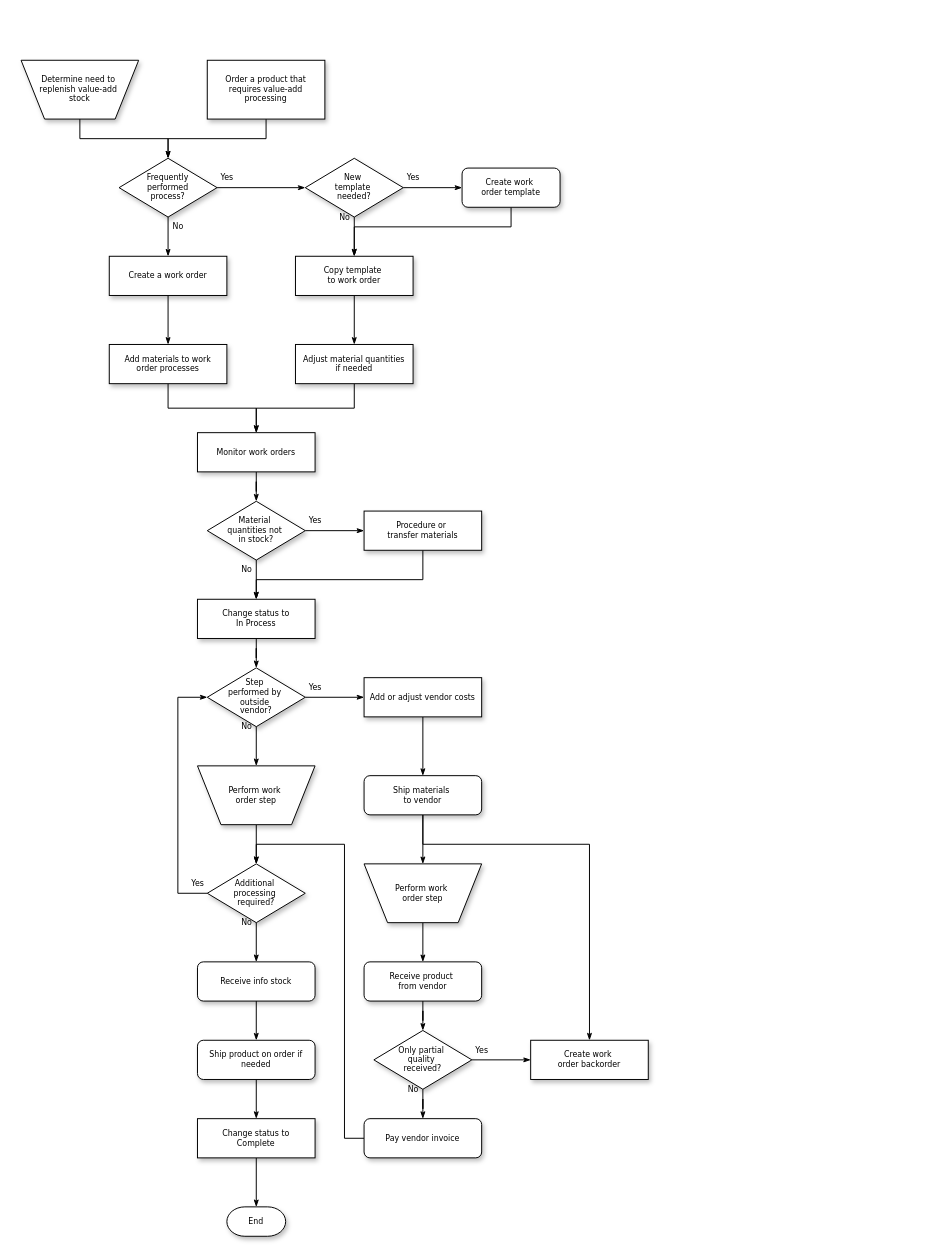
Before: Untitled Diagram.drawio in stambaughkarla/ASP.NET-Web-Dev-Competition, a draw.io diagram. Source tidied: cells renumbered, new cells numbered last; positions are measured from the earlier drawing's top-left corner, leaving out a move shared by most shapes. Both pictures are drawn from the tidied source at 98%, with x=0, y=0 at pixel (21, 60).
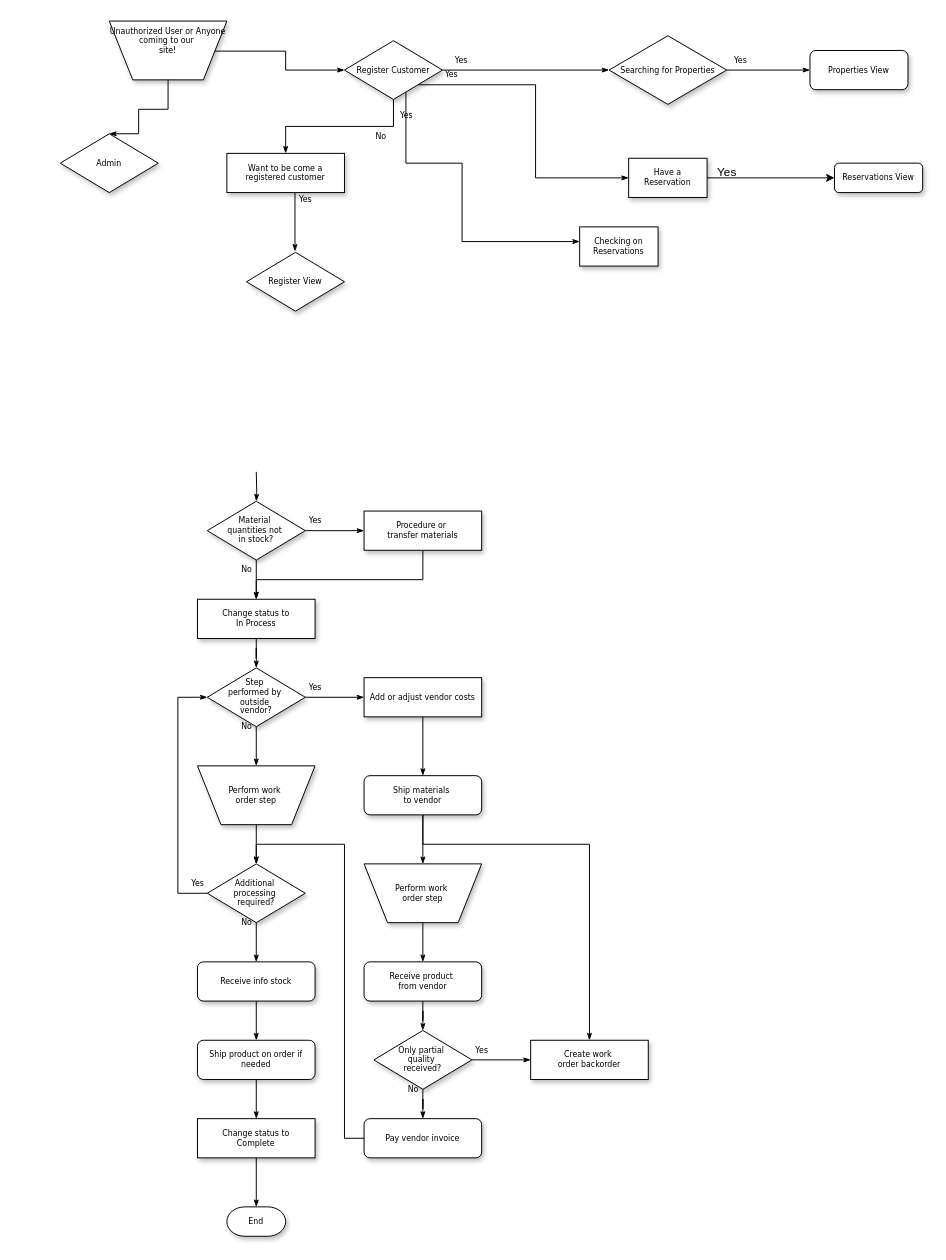
Above is the later version.

Unchanged cells that the change refers to:
```xml
<mxCell id="26" value="Material&amp;nbsp;&lt;div&gt;quantities not&amp;nbsp;&lt;/div&gt;&lt;div&gt;in stock?&lt;/div&gt;" style="rhombus;whiteSpace=wrap;html=1;rounded=0;shadow=1;labelBackgroundColor=none;strokeWidth=1;fontFamily=Verdana;fontSize=8;align=center;" parent="1" vertex="1">
  <mxGeometry x="190" y="450" width="100" height="60" as="geometry" />
</mxCell>
```

Change to the diagram source:
```diff
@@
-    <mxCell id="2" style="edgeStyle=orthogonalEdgeStyle;rounded=0;html=1;labelBackgroundColor=none;startSize=5;endArrow=classicThin;endFill=1;endSize=5;jettySize=auto;strokeWidth=1;fontFamily=Verdana;fontSize=8;" parent="1" edge="1" source="3" target="8">
-      <mxGeometry relative="1" as="geometry" />
+    <mxCell id="2" style="edgeStyle=orthogonalEdgeStyle;rounded=0;html=1;labelBackgroundColor=none;startSize=5;endArrow=classicThin;endFill=1;endSize=5;jettySize=auto;strokeWidth=1;fontFamily=Verdana;fontSize=8;exitX=0.889;exitY=0.489;exitDx=0;exitDy=0;exitPerimeter=0;" parent="1" edge="1" source="3" target="8">
+      <mxGeometry relative="1" as="geometry">
+        <Array as="points">
+          <mxPoint x="270" y="-9" />
+          <mxPoint x="270" y="10" />
+        </Array>
+      </mxGeometry>
     </mxCell>
-    <mxCell id="3" value="Determine need to&amp;nbsp;&lt;div&gt;replenish value-add&amp;nbsp;&lt;/div&gt;&lt;div&gt;stock&lt;/div&gt;" style="shape=trapezoid;whiteSpace=wrap;html=1;rounded=0;shadow=1;labelBackgroundColor=none;strokeWidth=1;fontFamily=Verdana;fontSize=8;align=center;flipV=1;" parent="1" vertex="1">
-      <mxGeometry width="120" height="60" as="geometry" />
+    <mxCell id="3" value="Unauthorized User or Anyone coming to our&amp;nbsp;&lt;div&gt;site!&lt;div&gt;&lt;br&gt;&lt;/div&gt;&lt;div&gt;&lt;br&gt;&lt;/div&gt;&lt;/div&gt;" style="shape=trapezoid;whiteSpace=wrap;html=1;rounded=0;shadow=1;labelBackgroundColor=none;strokeWidth=1;fontFamily=Verdana;fontSize=8;align=center;flipV=1;" parent="1" vertex="1">
+      <mxGeometry x="90" y="-40" width="120" height="60" as="geometry" />
     </mxCell>
-    <mxCell id="4" style="edgeStyle=orthogonalEdgeStyle;rounded=0;html=1;labelBackgroundColor=none;startSize=5;endArrow=classicThin;endFill=1;endSize=5;jettySize=auto;strokeWidth=1;fontFamily=Verdana;fontSize=8;" parent="1" edge="1" source="5" target="8">
-      <mxGeometry relative="1" as="geometry" />
-    </mxCell>
-    <mxCell id="5" value="Order a product that&lt;div&gt;requires value-add processing&lt;/div&gt;" style="rounded=0;whiteSpace=wrap;html=1;shadow=1;labelBackgroundColor=none;strokeWidth=1;fontFamily=Verdana;fontSize=8;align=center;" parent="1" vertex="1">
-      <mxGeometry x="190" width="120" height="60" as="geometry" />
-    </mxCell>
@@
-    <mxCell id="8" value="Frequently&lt;div&gt;performed&lt;/div&gt;&lt;div&gt;process?&lt;/div&gt;" style="rhombus;whiteSpace=wrap;html=1;rounded=0;shadow=1;labelBackgroundColor=none;strokeWidth=1;fontFamily=Verdana;fontSize=8;align=center;" parent="1" vertex="1">
-      <mxGeometry x="100" y="100" width="100" height="60" as="geometry" />
+    <mxCell id="8" value="Register Customer" style="rhombus;whiteSpace=wrap;html=1;rounded=0;shadow=1;labelBackgroundColor=none;strokeWidth=1;fontFamily=Verdana;fontSize=8;align=center;" parent="1" vertex="1">
+      <mxGeometry x="330" y="-20" width="100" height="60" as="geometry" />
     </mxCell>
@@
-    <mxCell id="10" value="No" style="edgeStyle=orthogonalEdgeStyle;rounded=0;html=1;labelBackgroundColor=none;startSize=5;endArrow=classicThin;endFill=1;endSize=5;jettySize=auto;strokeWidth=1;fontFamily=Verdana;fontSize=8;" parent="1" edge="1" source="11" target="17">
-      <mxGeometry x="-1" y="-10" relative="1" as="geometry" />
-    </mxCell>
-    <mxCell id="11" value="New&amp;nbsp;&lt;div&gt;template&amp;nbsp;&lt;/div&gt;&lt;div&gt;needed?&lt;/div&gt;" style="rhombus;whiteSpace=wrap;html=1;rounded=0;shadow=1;labelBackgroundColor=none;strokeWidth=1;fontFamily=Verdana;fontSize=8;align=center;" parent="1" vertex="1">
-      <mxGeometry x="290" y="100" width="100" height="60" as="geometry" />
+    <mxCell id="11" value="Searching for Properties" style="rhombus;whiteSpace=wrap;html=1;rounded=0;shadow=1;labelBackgroundColor=none;strokeWidth=1;fontFamily=Verdana;fontSize=8;align=center;" parent="1" vertex="1">
+      <mxGeometry x="600" y="-25" width="120" height="70" as="geometry" />
     </mxCell>
-    <mxCell id="12" style="edgeStyle=orthogonalEdgeStyle;rounded=0;html=1;labelBackgroundColor=none;startSize=5;endArrow=classicThin;endFill=1;endSize=5;jettySize=auto;strokeWidth=1;fontFamily=Verdana;fontSize=8;" parent="1" edge="1" source="13" target="17">
-      <mxGeometry relative="1" as="geometry">
-        <Array as="points">
-          <mxPoint x="500" y="170" />
-          <mxPoint x="340" y="170" />
-        </Array>
-      </mxGeometry>
-    </mxCell>
-    <mxCell id="13" value="Create work&amp;nbsp;&lt;div&gt;order template&lt;/div&gt;" style="rounded=1;whiteSpace=wrap;html=1;shadow=1;labelBackgroundColor=none;strokeWidth=1;fontFamily=Verdana;fontSize=8;align=center;" parent="1" vertex="1">
-      <mxGeometry x="450" y="110" width="100" height="40" as="geometry" />
+    <mxCell id="13" value="Properties View" style="rounded=1;whiteSpace=wrap;html=1;shadow=1;labelBackgroundColor=none;strokeWidth=1;fontFamily=Verdana;fontSize=8;align=center;" parent="1" vertex="1">
+      <mxGeometry x="805" y="-10" width="100" height="40" as="geometry" />
     </mxCell>
-    <mxCell id="14" style="edgeStyle=orthogonalEdgeStyle;rounded=0;html=1;labelBackgroundColor=none;startSize=5;endArrow=classicThin;endFill=1;endSize=5;jettySize=auto;strokeWidth=1;fontFamily=Verdana;fontSize=8;" parent="1" edge="1" source="15" target="19">
-      <mxGeometry relative="1" as="geometry" />
-    </mxCell>
-    <mxCell id="15" value="Create a work order" style="whiteSpace=wrap;html=1;rounded=0;shadow=1;labelBackgroundColor=none;strokeWidth=1;fontFamily=Verdana;fontSize=8;align=center;" parent="1" vertex="1">
-      <mxGeometry x="90" y="200" width="120" height="40" as="geometry" />
+    <mxCell id="15" value="Want to be come a registered customer" style="whiteSpace=wrap;html=1;rounded=0;shadow=1;labelBackgroundColor=none;strokeWidth=1;fontFamily=Verdana;fontSize=8;align=center;" parent="1" vertex="1">
+      <mxGeometry x="210" y="95" width="120" height="40" as="geometry" />
     </mxCell>
-    <mxCell id="16" style="edgeStyle=orthogonalEdgeStyle;rounded=0;html=1;labelBackgroundColor=none;startSize=5;endArrow=classicThin;endFill=1;endSize=5;jettySize=auto;strokeWidth=1;fontFamily=Verdana;fontSize=8;" parent="1" edge="1" source="17" target="21">
-      <mxGeometry relative="1" as="geometry" />
-    </mxCell>
-    <mxCell id="17" value="Copy template&amp;nbsp;&lt;div&gt;to work order&lt;/div&gt;" style="whiteSpace=wrap;html=1;rounded=0;shadow=1;labelBackgroundColor=none;strokeWidth=1;fontFamily=Verdana;fontSize=8;align=center;" parent="1" vertex="1">
-      <mxGeometry x="280" y="200" width="120" height="40" as="geometry" />
+    <mxCell id="17" value="Have a Reservation" style="whiteSpace=wrap;html=1;rounded=0;shadow=1;labelBackgroundColor=none;strokeWidth=1;fontFamily=Verdana;fontSize=8;align=center;" parent="1" vertex="1">
+      <mxGeometry x="620" y="100" width="80" height="40" as="geometry" />
     </mxCell>
-    <mxCell id="18" style="edgeStyle=orthogonalEdgeStyle;rounded=0;html=1;labelBackgroundColor=none;startSize=5;endArrow=classicThin;endFill=1;endSize=5;jettySize=auto;strokeWidth=1;fontFamily=Verdana;fontSize=8;" parent="1" edge="1" source="19" target="23">
-      <mxGeometry relative="1" as="geometry" />
-    </mxCell>
-    <mxCell id="19" value="Add materials to work order processes" style="whiteSpace=wrap;html=1;rounded=0;shadow=1;labelBackgroundColor=none;strokeWidth=1;fontFamily=Verdana;fontSize=8;align=center;spacing=6;" parent="1" vertex="1">
-      <mxGeometry x="90" y="290" width="120" height="40" as="geometry" />
-    </mxCell>
-    <mxCell id="20" style="edgeStyle=orthogonalEdgeStyle;rounded=0;html=1;labelBackgroundColor=none;startSize=5;endArrow=classicThin;endFill=1;endSize=5;jettySize=auto;strokeWidth=1;fontFamily=Verdana;fontSize=8;" parent="1" edge="1" source="21" target="23">
-      <mxGeometry relative="1" as="geometry" />
-    </mxCell>
-    <mxCell id="21" value="Adjust material quantities if needed" style="whiteSpace=wrap;html=1;rounded=0;shadow=1;labelBackgroundColor=none;strokeWidth=1;fontFamily=Verdana;fontSize=8;align=center;spacing=6;" parent="1" vertex="1">
-      <mxGeometry x="280" y="290" width="120" height="40" as="geometry" />
-    </mxCell>
-    <mxCell id="22" style="edgeStyle=orthogonalEdgeStyle;rounded=0;html=1;labelBackgroundColor=none;startSize=5;endArrow=classicThin;endFill=1;endSize=5;jettySize=auto;strokeWidth=1;fontFamily=Verdana;fontSize=8;" parent="1" edge="1" source="23" target="26">
-      <mxGeometry relative="1" as="geometry" />
+    <mxCell id="22" style="edgeStyle=orthogonalEdgeStyle;rounded=0;html=1;labelBackgroundColor=none;startSize=5;endArrow=classicThin;endFill=1;endSize=5;jettySize=auto;strokeWidth=1;fontFamily=Verdana;fontSize=8;" parent="1" edge="1" target="26">
+      <mxGeometry relative="1" as="geometry">
+        <mxPoint x="240" y="420" as="sourcePoint" />
+      </mxGeometry>
     </mxCell>
-    <mxCell id="23" value="Monitor work orders" style="whiteSpace=wrap;html=1;rounded=0;shadow=1;labelBackgroundColor=none;strokeWidth=1;fontFamily=Verdana;fontSize=8;align=center;" parent="1" vertex="1">
-      <mxGeometry x="180" y="380" width="120" height="40" as="geometry" />
-    </mxCell>
@@
+    <mxCell id="61" style="edgeStyle=orthogonalEdgeStyle;rounded=0;jettySize=auto;html=1;exitX=1;exitY=0.5;exitDx=0;exitDy=0;entryX=0;entryY=0.5;entryDx=0;entryDy=0;" parent="1" edge="1" source="17" target="62">
+      <mxGeometry relative="1" as="geometry" />
+    </mxCell>
+    <mxCell id="62" value="Reservations View" style="rounded=1;whiteSpace=wrap;html=1;shadow=1;labelBackgroundColor=none;strokeWidth=1;fontFamily=Verdana;fontSize=8;align=center;" parent="1" vertex="1">
+      <mxGeometry x="830" y="105" width="90" height="30" as="geometry" />
+    </mxCell>
+    <mxCell id="63" value="Admin" style="rhombus;whiteSpace=wrap;html=1;rounded=0;shadow=1;labelBackgroundColor=none;strokeWidth=1;fontFamily=Verdana;fontSize=8;align=center;" parent="1" vertex="1">
+      <mxGeometry x="40" y="75" width="100" height="60" as="geometry" />
+    </mxCell>
+    <mxCell id="64" style="edgeStyle=orthogonalEdgeStyle;rounded=0;html=1;labelBackgroundColor=none;startSize=5;endArrow=classicThin;endFill=1;endSize=5;jettySize=auto;strokeWidth=1;fontFamily=Verdana;fontSize=8;exitX=0.5;exitY=1;exitDx=0;exitDy=0;entryX=0.5;entryY=0;entryDx=0;entryDy=0;" parent="1" edge="1" source="3" target="63">
+      <mxGeometry relative="1" as="geometry">
+        <Array as="points">
+          <mxPoint x="150" y="50" />
+          <mxPoint x="120" y="50" />
+          <mxPoint x="120" y="75" />
+        </Array>
+      </mxGeometry>
+    </mxCell>
+    <mxCell id="65" value="Yes" style="edgeStyle=orthogonalEdgeStyle;rounded=0;html=1;labelBackgroundColor=none;startSize=5;endArrow=classicThin;endFill=1;endSize=5;jettySize=auto;orthogonalLoop=1;strokeWidth=1;fontFamily=Verdana;fontSize=8;" parent="1" edge="1">
+      <mxGeometry x="-0.78" y="10" relative="1" as="geometry">
+        <mxPoint x="279.5" y="135" as="sourcePoint" />
+        <mxPoint x="279.5" y="195" as="targetPoint" />
+      </mxGeometry>
+    </mxCell>
+    <mxCell id="66" value="Register View" style="rhombus;whiteSpace=wrap;html=1;rounded=0;shadow=1;labelBackgroundColor=none;strokeWidth=1;fontFamily=Verdana;fontSize=8;align=center;" parent="1" vertex="1">
+      <mxGeometry x="230" y="196" width="100" height="60" as="geometry" />
+    </mxCell>
+    <mxCell id="67" value="Yes" style="text;html=1;align=center;verticalAlign=middle;strokeColor=none;fillColor=none;" parent="1" vertex="1">
+      <mxGeometry x="700" y="100" width="40" height="30" as="geometry" />
+    </mxCell>
+    <mxCell id="68" value="Yes" style="edgeStyle=orthogonalEdgeStyle;rounded=0;html=1;labelBackgroundColor=none;startSize=5;endArrow=classicThin;endFill=1;endSize=5;jettySize=auto;strokeWidth=1;fontFamily=Verdana;fontSize=8;entryX=0;entryY=0.5;entryDx=0;entryDy=0;exitX=1;exitY=1;exitDx=0;exitDy=0;" parent="1" edge="1" source="8" target="17">
+      <mxGeometry x="-0.78" y="10" relative="1" as="geometry" />
+    </mxCell>
+    <mxCell id="69" value="Yes" style="edgeStyle=orthogonalEdgeStyle;rounded=0;html=1;labelBackgroundColor=none;startSize=5;endArrow=classicThin;endFill=1;endSize=5;jettySize=auto;strokeWidth=1;fontFamily=Verdana;fontSize=8;exitX=0.627;exitY=0.878;exitDx=0;exitDy=0;exitPerimeter=0;" parent="1" edge="1" source="8">
+      <mxGeometry x="-0.86" relative="1" as="geometry">
+        <mxPoint x="570" y="185" as="targetPoint" />
+        <Array as="points">
+          <mxPoint x="393" y="105" />
+          <mxPoint x="450" y="105" />
+          <mxPoint x="450" y="185" />
+        </Array>
+      </mxGeometry>
+    </mxCell>
+    <mxCell id="70" value="Checking on Reservations" style="whiteSpace=wrap;html=1;rounded=0;shadow=1;labelBackgroundColor=none;strokeWidth=1;fontFamily=Verdana;fontSize=8;align=center;" parent="1" vertex="1">
+      <mxGeometry x="570" y="170" width="80" height="40" as="geometry" />
+    </mxCell>
```
